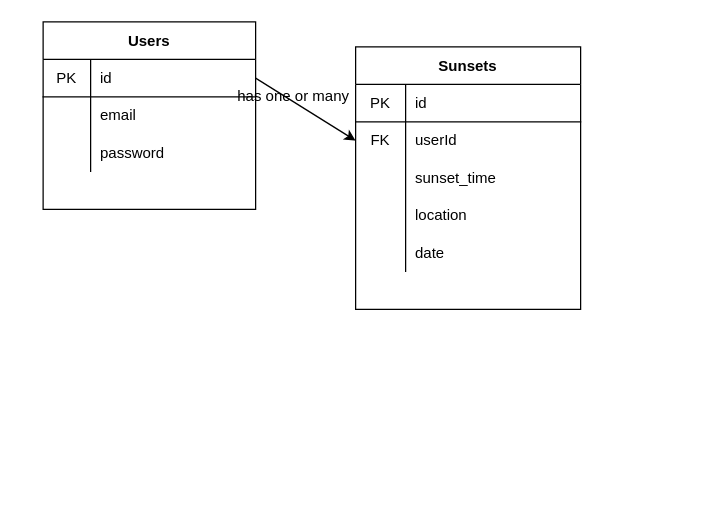
The draw.io diagram ERD.drawio in emilyjryan/project-two, before the edit. Source tidied: cells renumbered, new cells numbered last; positions are measured from the earlier drawing's top-left corner, leaving out a move shared by most shapes. Both pictures are drawn from the tidied source at 125%, with x=0, y=0 at pixel (42, 21).
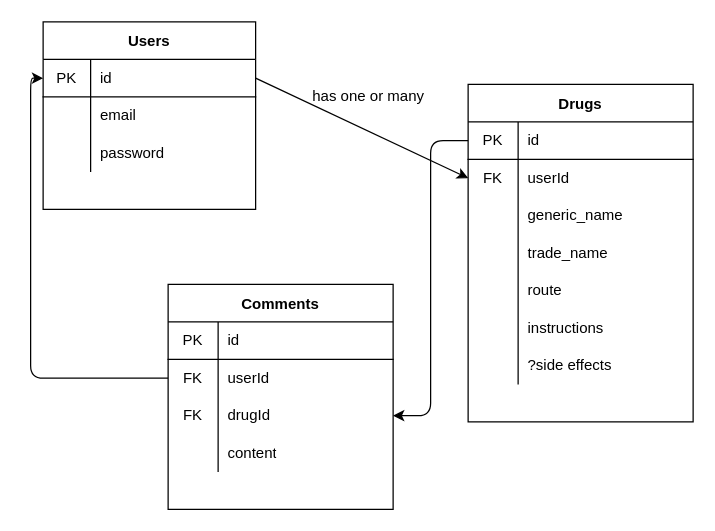
The same diagram, later.

The change refers to these unchanged cells:
```xml
<mxCell id="3" style="shape=partialRectangle;html=1;whiteSpace=wrap;fillColor=none;top=0;left=0;bottom=1;right=0;points=[[0,0.5],[1,0.5]];portConstraint=eastwest;" parent="2" vertex="1">
  <mxGeometry y="30" width="170" height="30" as="geometry" />
</mxCell>
<mxCell id="13" style="shape=partialRectangle;html=1;whiteSpace=wrap;fillColor=none;top=0;left=0;bottom=1;right=0;points=[[0,0.5],[1,0.5]];portConstraint=eastwest;" parent="12" vertex="1">
  <mxGeometry y="30" width="180" height="30" as="geometry" />
</mxCell>
<mxCell id="19" style="shape=partialRectangle;html=1;whiteSpace=wrap;fillColor=none;top=0;left=0;bottom=0;right=0;" parent="12" vertex="1">
  <mxGeometry y="90" width="180" height="30" as="geometry" />
</mxCell>
<mxCell id="22" style="shape=partialRectangle;html=1;whiteSpace=wrap;fillColor=none;top=0;left=0;bottom=0;right=0;" parent="12" vertex="1">
  <mxGeometry y="120" width="180" height="30" as="geometry" />
</mxCell>
<mxCell id="25" style="shape=partialRectangle;html=1;whiteSpace=wrap;fillColor=none;top=0;left=0;bottom=0;right=0;" parent="12" vertex="1">
  <mxGeometry y="150" width="180" height="30" as="geometry" />
</mxCell>
```

What changed in the source:
```diff
@@
-    <mxCell id="12" value="Sunsets" style="shape=table;startSize=30;childLayout=tableLayout;rowLines=0;fontStyle=1;align=center;" parent="1" vertex="1">
-      <mxGeometry x="250" y="20" width="180" height="210" as="geometry" />
+    <mxCell id="12" value="Drugs" style="shape=table;startSize=30;childLayout=tableLayout;rowLines=0;fontStyle=1;align=center;" parent="1" vertex="1">
+      <mxGeometry x="340" y="50" width="180" height="270" as="geometry" />
     </mxCell>
@@
-    <mxCell id="21" value="sunset_time" style="shape=partialRectangle;html=1;whiteSpace=wrap;fillColor=none;top=0;left=0;bottom=0;right=0;align=left;spacingLeft=6;overflow=hidden;" parent="19" vertex="1">
+    <mxCell id="21" value="generic_name" style="shape=partialRectangle;html=1;whiteSpace=wrap;fillColor=none;top=0;left=0;bottom=0;right=0;align=left;spacingLeft=6;overflow=hidden;" parent="19" vertex="1">
       <mxGeometry x="40" width="140" height="30" as="geometry" />
     </mxCell>
@@
-    <mxCell id="24" value="location" style="shape=partialRectangle;html=1;whiteSpace=wrap;fillColor=none;top=0;left=0;bottom=0;right=0;align=left;spacingLeft=6;overflow=hidden;" parent="22" vertex="1">
+    <mxCell id="24" value="trade_name" style="shape=partialRectangle;html=1;whiteSpace=wrap;fillColor=none;top=0;left=0;bottom=0;right=0;align=left;spacingLeft=6;overflow=hidden;" parent="22" vertex="1">
       <mxGeometry x="40" width="140" height="30" as="geometry" />
     </mxCell>
@@
-    <mxCell id="27" value="date" style="shape=partialRectangle;html=1;whiteSpace=wrap;fillColor=none;top=0;left=0;bottom=0;right=0;align=left;spacingLeft=6;overflow=hidden;" parent="25" vertex="1">
+    <mxCell id="27" value="route" style="shape=partialRectangle;html=1;whiteSpace=wrap;fillColor=none;top=0;left=0;bottom=0;right=0;align=left;spacingLeft=6;overflow=hidden;" parent="25" vertex="1">
       <mxGeometry x="40" width="140" height="30" as="geometry" />
     </mxCell>
+    <mxCell id="30" style="shape=partialRectangle;html=1;whiteSpace=wrap;fillColor=none;top=0;left=0;bottom=0;right=0;" parent="12" vertex="1">
+      <mxGeometry y="180" width="180" height="30" as="geometry" />
+    </mxCell>
+    <mxCell id="31" style="shape=partialRectangle;html=1;whiteSpace=wrap;fillColor=none;top=0;left=0;bottom=0;right=0;overflow=hidden;" parent="30" vertex="1">
+      <mxGeometry width="40" height="30" as="geometry" />
+    </mxCell>
+    <mxCell id="32" value="instructions" style="shape=partialRectangle;html=1;whiteSpace=wrap;fillColor=none;top=0;left=0;bottom=0;right=0;align=left;spacingLeft=6;overflow=hidden;" parent="30" vertex="1">
+      <mxGeometry x="40" width="140" height="30" as="geometry" />
+    </mxCell>
+    <mxCell id="33" style="shape=partialRectangle;html=1;whiteSpace=wrap;fillColor=none;top=0;left=0;bottom=0;right=0;" parent="12" vertex="1">
+      <mxGeometry y="210" width="180" height="30" as="geometry" />
+    </mxCell>
+    <mxCell id="34" style="shape=partialRectangle;html=1;whiteSpace=wrap;fillColor=none;top=0;left=0;bottom=0;right=0;overflow=hidden;" parent="33" vertex="1">
+      <mxGeometry width="40" height="30" as="geometry" />
+    </mxCell>
+    <mxCell id="35" value="?side effects" style="shape=partialRectangle;html=1;whiteSpace=wrap;fillColor=none;top=0;left=0;bottom=0;right=0;align=left;spacingLeft=6;overflow=hidden;" parent="33" vertex="1">
+      <mxGeometry x="40" width="140" height="30" as="geometry" />
+    </mxCell>
@@
     <mxCell id="29" value="has one or many" style="text;html=1;align=center;verticalAlign=middle;strokeColor=none;fillColor=none;" parent="1" vertex="1">
-      <mxGeometry x="150" y="50" width="100" height="20" as="geometry" />
+      <mxGeometry x="210" y="50" width="100" height="20" as="geometry" />
     </mxCell>
+    <mxCell id="36" value="Comments" style="shape=table;startSize=30;childLayout=tableLayout;rowLines=0;fontStyle=1;align=center;" parent="1" vertex="1">
+      <mxGeometry x="100" y="210" width="180" height="180" as="geometry" />
+    </mxCell>
+    <mxCell id="37" style="shape=partialRectangle;html=1;whiteSpace=wrap;fillColor=none;top=0;left=0;bottom=1;right=0;" parent="36" vertex="1">
+      <mxGeometry y="30" width="180" height="30" as="geometry" />
+    </mxCell>
+    <mxCell id="38" value="PK" style="shape=partialRectangle;html=1;whiteSpace=wrap;fillColor=none;top=0;left=0;bottom=0;right=0;overflow=hidden;" parent="37" vertex="1">
+      <mxGeometry width="40" height="30" as="geometry" />
+    </mxCell>
+    <mxCell id="39" value="id" style="shape=partialRectangle;html=1;whiteSpace=wrap;fillColor=none;top=0;left=0;bottom=0;right=0;align=left;spacingLeft=6;overflow=hidden;" parent="37" vertex="1">
+      <mxGeometry x="40" width="140" height="30" as="geometry" />
+    </mxCell>
+    <mxCell id="40" style="shape=partialRectangle;html=1;whiteSpace=wrap;fillColor=none;top=0;left=0;bottom=0;right=0;points=[[0,0.5],[1,0.5]];portConstraint=eastwest;" parent="36" vertex="1">
+      <mxGeometry y="60" width="180" height="30" as="geometry" />
+    </mxCell>
+    <mxCell id="41" value="FK" style="shape=partialRectangle;html=1;whiteSpace=wrap;fillColor=none;top=0;left=0;bottom=0;right=0;overflow=hidden;" parent="40" vertex="1">
+      <mxGeometry width="40" height="30" as="geometry" />
+    </mxCell>
+    <mxCell id="42" value="userId" style="shape=partialRectangle;html=1;whiteSpace=wrap;fillColor=none;top=0;left=0;bottom=0;right=0;align=left;spacingLeft=6;overflow=hidden;" parent="40" vertex="1">
+      <mxGeometry x="40" width="140" height="30" as="geometry" />
+    </mxCell>
+    <mxCell id="43" style="shape=partialRectangle;html=1;whiteSpace=wrap;fillColor=none;top=0;left=0;bottom=0;right=0;points=[[0,0.5],[1,0.5]];portConstraint=eastwest;" parent="36" vertex="1">
+      <mxGeometry y="90" width="180" height="30" as="geometry" />
+    </mxCell>
+    <mxCell id="44" value="FK" style="shape=partialRectangle;html=1;whiteSpace=wrap;fillColor=none;top=0;left=0;bottom=0;right=0;overflow=hidden;" parent="43" vertex="1">
+      <mxGeometry width="40" height="30" as="geometry" />
+    </mxCell>
+    <mxCell id="45" value="drugId" style="shape=partialRectangle;html=1;whiteSpace=wrap;fillColor=none;top=0;left=0;bottom=0;right=0;align=left;spacingLeft=6;overflow=hidden;" parent="43" vertex="1">
+      <mxGeometry x="40" width="140" height="30" as="geometry" />
+    </mxCell>
+    <mxCell id="46" style="shape=partialRectangle;html=1;whiteSpace=wrap;fillColor=none;top=0;left=0;bottom=0;right=0;" parent="36" vertex="1">
+      <mxGeometry y="120" width="180" height="30" as="geometry" />
+    </mxCell>
+    <mxCell id="47" style="shape=partialRectangle;html=1;whiteSpace=wrap;fillColor=none;top=0;left=0;bottom=0;right=0;overflow=hidden;" parent="46" vertex="1">
+      <mxGeometry width="40" height="30" as="geometry" />
+    </mxCell>
+    <mxCell id="48" value="content" style="shape=partialRectangle;html=1;whiteSpace=wrap;fillColor=none;top=0;left=0;bottom=0;right=0;align=left;spacingLeft=6;overflow=hidden;" parent="46" vertex="1">
+      <mxGeometry x="40" width="140" height="30" as="geometry" />
+    </mxCell>
+    <mxCell id="49" style="edgeStyle=orthogonalEdgeStyle;html=1;exitX=0;exitY=0.5;exitDx=0;exitDy=0;entryX=0;entryY=0.5;entryDx=0;entryDy=0;" parent="1" edge="1" source="40" target="3">
+      <mxGeometry relative="1" as="geometry" />
+    </mxCell>
+    <mxCell id="50" style="edgeStyle=orthogonalEdgeStyle;html=1;exitX=0;exitY=0.5;exitDx=0;exitDy=0;entryX=1;entryY=0.5;entryDx=0;entryDy=0;" parent="1" edge="1" source="13" target="43">
+      <mxGeometry relative="1" as="geometry" />
+    </mxCell>
```
